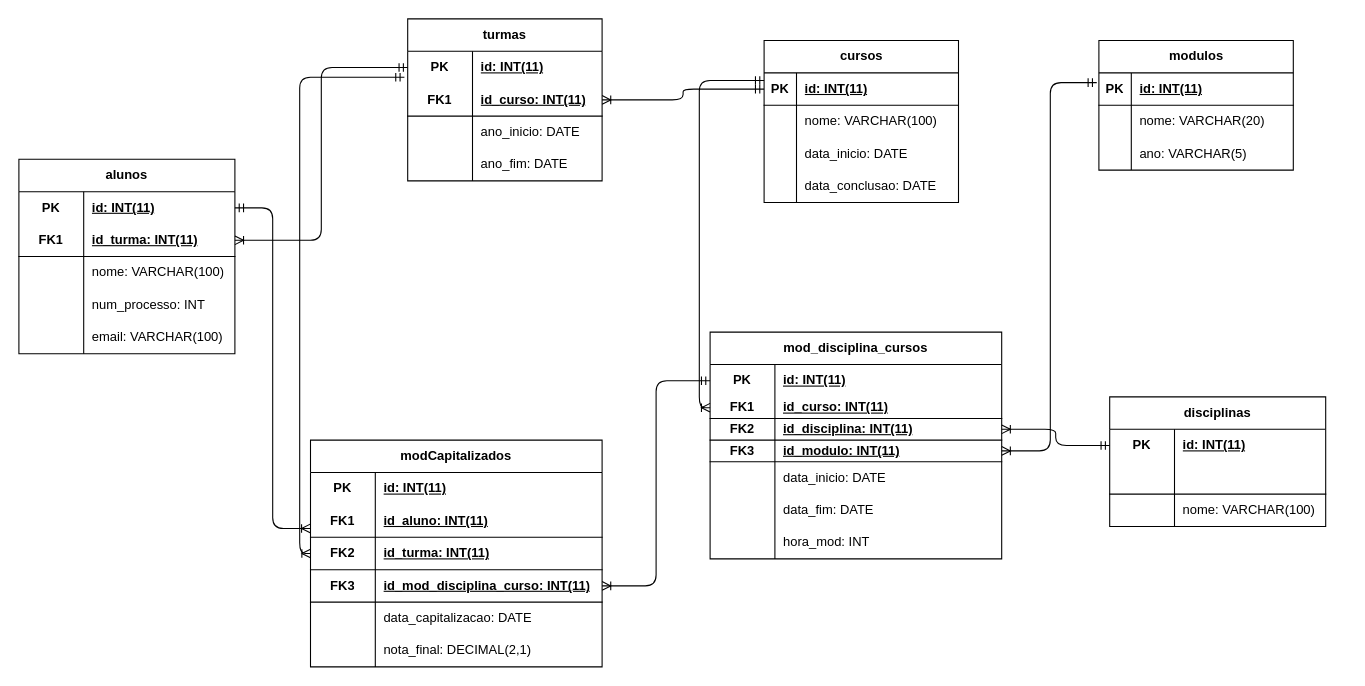
Above: gmr_modER.drawio in DaviClementee/Gest_mod_reali_Davi_Mario_Karamjit_Gerry (draw.io), before the change. Source tidied: cells renumbered, new cells numbered last; positions are measured from the earlier drawing's top-left corner, leaving out a move shared by most shapes. Both pictures are drawn from the tidied source at 108%, with x=0, y=0 at pixel (18, 18).
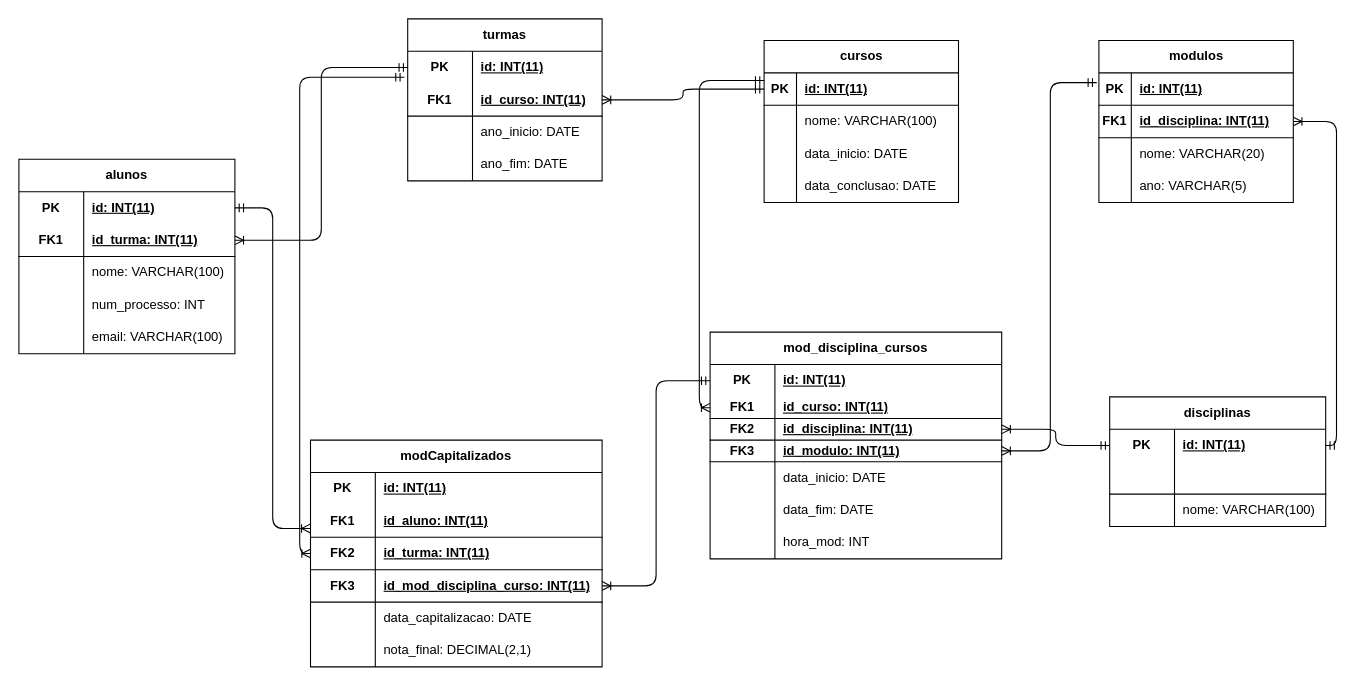
The same page after the edit.

The change refers to these unchanged cells:
```xml
<mxCell id="32" style="shape=tableRow;horizontal=0;startSize=0;swimlaneHead=0;swimlaneBody=0;fillColor=none;points=[[0,0.5],[1,0.5]];portConstraint=eastwest;top=0;left=0;right=0;bottom=0;html=1;" parent="31" vertex="1">
  <mxGeometry y="30" width="200" height="30" as="geometry" />
</mxCell>
```

What changed in the source:
```diff
@@
     <mxCell id="57" value="modulos" style="shape=table;startSize=30;childLayout=tableLayout;rowLines=0;fontStyle=1;align=center;html=1;" parent="1" vertex="1">
-      <mxGeometry x="1000" y="20" width="180" height="120" as="geometry" />
+      <mxGeometry x="1000" y="20" width="180" height="150" as="geometry" />
     </mxCell>
@@
+    <mxCell id="113" style="shape=tableRow;horizontal=0;startSize=0;swimlaneHead=0;swimlaneBody=0;fillColor=none;points=[[0,0.5],[1,0.5]];portConstraint=eastwest;top=0;left=0;right=0;bottom=1;" parent="57" vertex="1">
+      <mxGeometry y="60" width="180" height="30" as="geometry" />
+    </mxCell>
+    <mxCell id="114" value="FK1" style="shape=partialRectangle;fillColor=none;top=0;left=0;bottom=0;right=0;fontStyle=1;overflow=hidden;whiteSpace=wrap;html=1;" parent="113" vertex="1">
+      <mxGeometry width="30" height="30" as="geometry" />
+    </mxCell>
+    <mxCell id="115" value="id_disciplina: INT(11)" style="shape=partialRectangle;fillColor=none;top=0;left=0;bottom=0;right=0;align=left;spacingLeft=6;fontStyle=5;overflow=hidden;whiteSpace=wrap;html=1;" parent="113" vertex="1">
+      <mxGeometry x="30" width="150" height="30" as="geometry" />
+    </mxCell>
     <mxCell id="61" style="shape=tableRow;horizontal=0;startSize=0;swimlaneHead=0;swimlaneBody=0;fillColor=none;top=0;left=0;right=0;bottom=0;" parent="57" vertex="1">
-      <mxGeometry y="60" width="180" height="30" as="geometry" />
+      <mxGeometry y="90" width="180" height="30" as="geometry" />
     </mxCell>
@@
     <mxCell id="64" style="shape=tableRow;horizontal=0;startSize=0;swimlaneHead=0;swimlaneBody=0;fillColor=none;top=0;left=0;right=0;bottom=0;" parent="57" vertex="1">
-      <mxGeometry y="90" width="180" height="30" as="geometry" />
+      <mxGeometry y="120" width="180" height="30" as="geometry" />
     </mxCell>
@@
+    <mxCell id="116" style="edgeStyle=orthogonalEdgeStyle;fontSize=12;html=1;endArrow=ERoneToMany;startArrow=ERmandOne;endFill=0;exitX=1;exitY=0.5;exitDx=0;exitDy=0;entryX=1;entryY=0.5;entryDx=0;entryDy=0;" parent="1" edge="1" source="32" target="113">
+      <mxGeometry relative="1" as="geometry" />
+    </mxCell>
```
